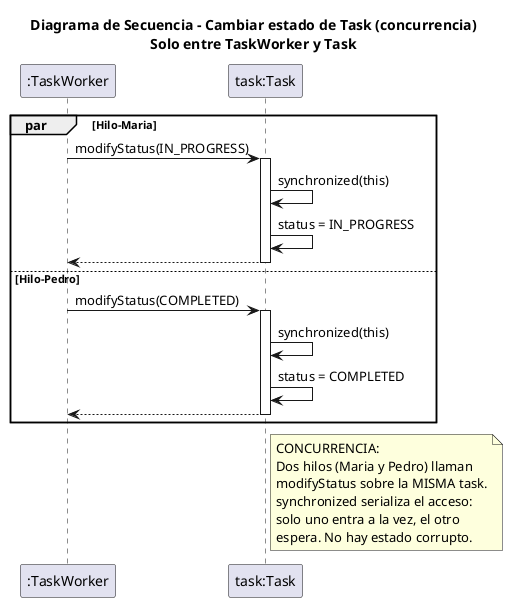
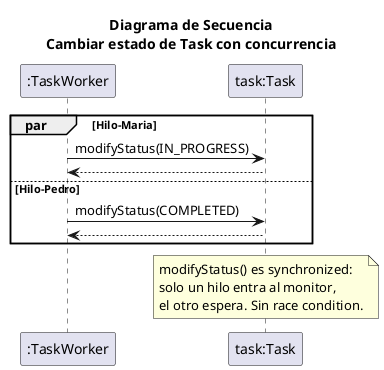
@startuml SecuenciaCambiarEstado
- title Diagrama de Secuencia - Cambiar estado de Task (concurrencia)\nSolo entre TaskWorker y Task
+ title Diagrama de Secuencia\nCambiar estado de Task con concurrencia

participant ":TaskWorker" as worker
participant "task:Task" as task

par Hilo-Maria
  worker -> task : modifyStatus(IN_PROGRESS)
-   activate task
-   task -> task : synchronized(this)
-   task -> task : status = IN_PROGRESS
  task --> worker
-   deactivate task
else Hilo-Pedro
  worker -> task : modifyStatus(COMPLETED)
-   activate task
-   task -> task : synchronized(this)
-   task -> task : status = COMPLETED
  task --> worker
-   deactivate task
end

- note right of task
-   CONCURRENCIA:
-   Dos hilos (Maria y Pedro) llaman
-   modifyStatus sobre la MISMA task.
-   synchronized serializa el acceso:
-   solo uno entra a la vez, el otro
-   espera. No hay estado corrupto.
+ note over task
+   modifyStatus() es synchronized:
+   solo un hilo entra al monitor,
+   el otro espera. Sin race condition.
end note

@enduml
